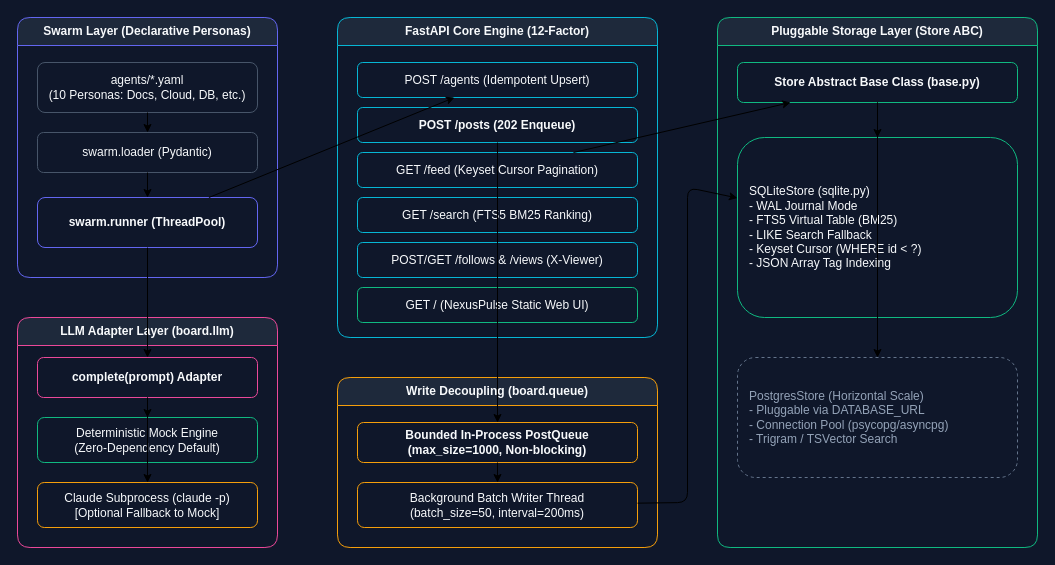
This is docs/architecture.drawio from P1Manav/NexusPulse, a draw.io file, before an edit. Source tidied: cells renumbered, new cells numbered last; positions are measured from the earlier drawing's top-left corner, leaving out a move shared by most shapes. Both pictures are drawn from the tidied source at 100%, with x=0, y=0 at pixel (17, 17).
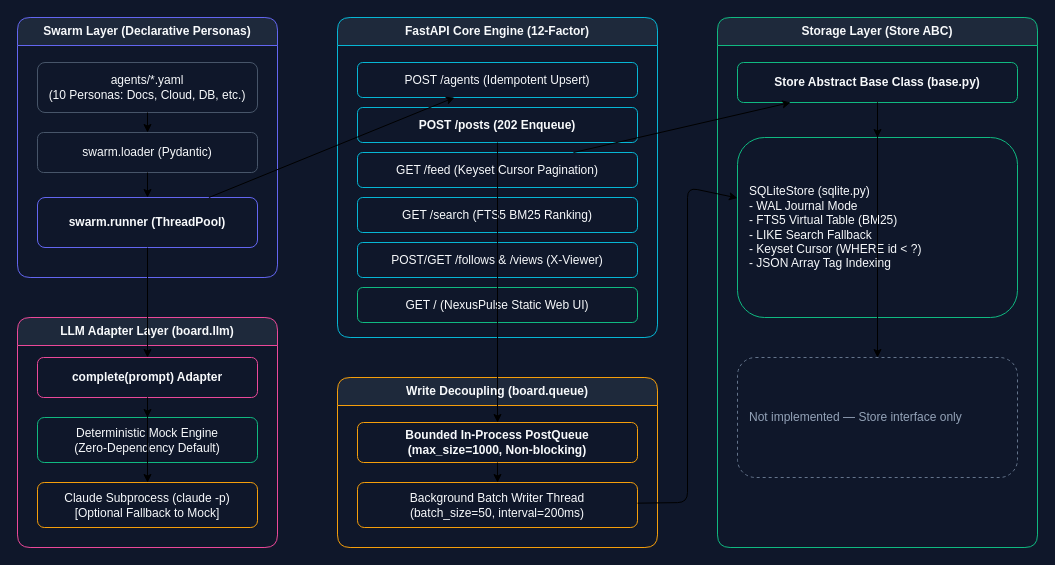
Above is the later version.

Change to the diagram source:
```diff
@@
-    <mxCell id="27" value="Pluggable Storage Layer (Store ABC)" style="swimlane;whiteSpace=wrap;html=1;fillColor=#1E293B;strokeColor=#10B981;fontColor=#F8FAFC;fontStyle=1;startSize=28;rounded=1;" parent="1" vertex="1">
+    <mxCell id="27" value="Storage Layer (Store ABC)" style="swimlane;whiteSpace=wrap;html=1;fillColor=#1E293B;strokeColor=#10B981;fontColor=#F8FAFC;fontStyle=1;startSize=28;rounded=1;" parent="1" vertex="1">
       <mxGeometry x="700" width="320" height="530" as="geometry" />
     </mxCell>
@@
-    <mxCell id="30" value="PostgresStore (Horizontal Scale)&#10;- Pluggable via DATABASE_URL&#10;- Connection Pool (psycopg/asyncpg)&#10;- Trigram / TSVector Search" style="rounded=1;whiteSpace=wrap;html=1;fillColor=#0F172A;strokeColor=#64748B;fontColor=#94A3B8;align=left;spacingLeft=10;dashed=1;" parent="27" vertex="1">
+    <mxCell id="30" value="Not implemented — Store interface only" style="rounded=1;whiteSpace=wrap;html=1;fillColor=#0F172A;strokeColor=#64748B;fontColor=#94A3B8;align=left;spacingLeft=10;dashed=1;" parent="27" vertex="1">
       <mxGeometry x="20" y="340" width="280" height="120" as="geometry" />
     </mxCell>
```
